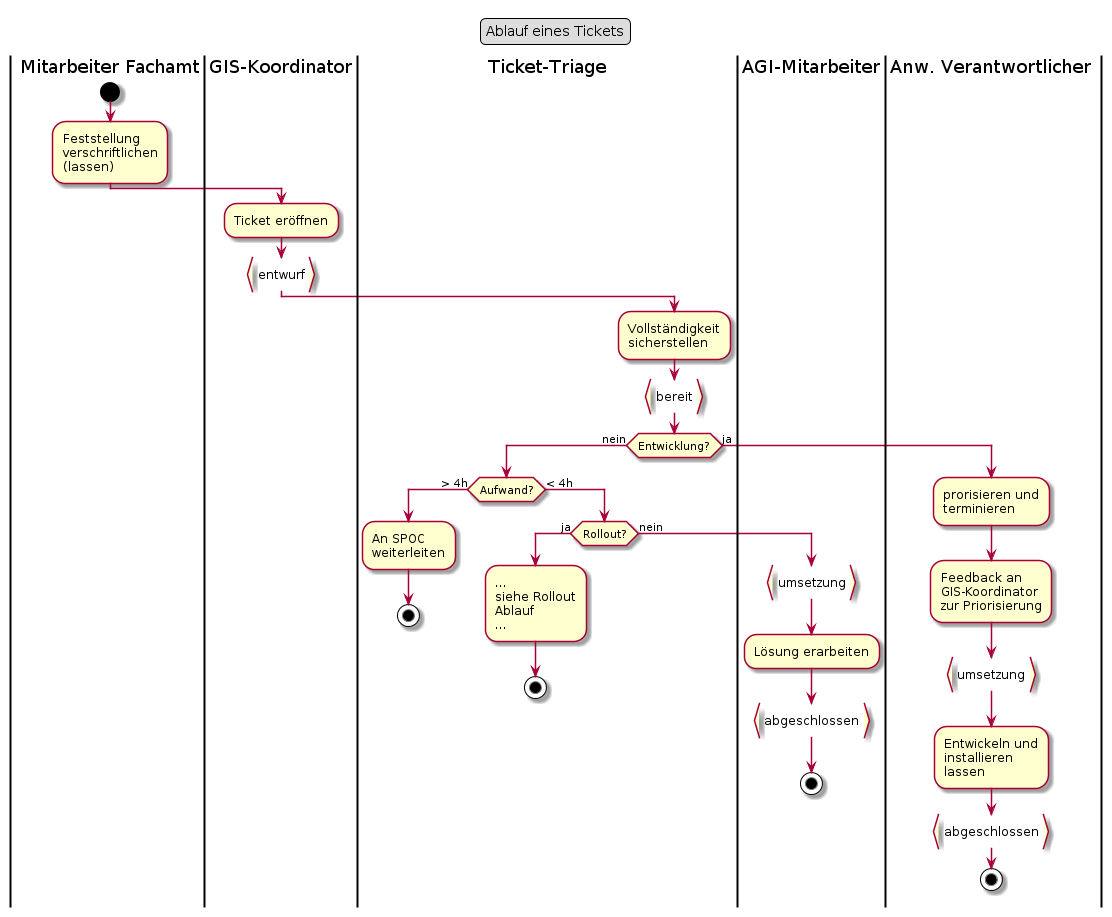
ojeker/docktick keeps this PlantUML diagram as puml_output/flow_ticket.png. Above is the earlier version.
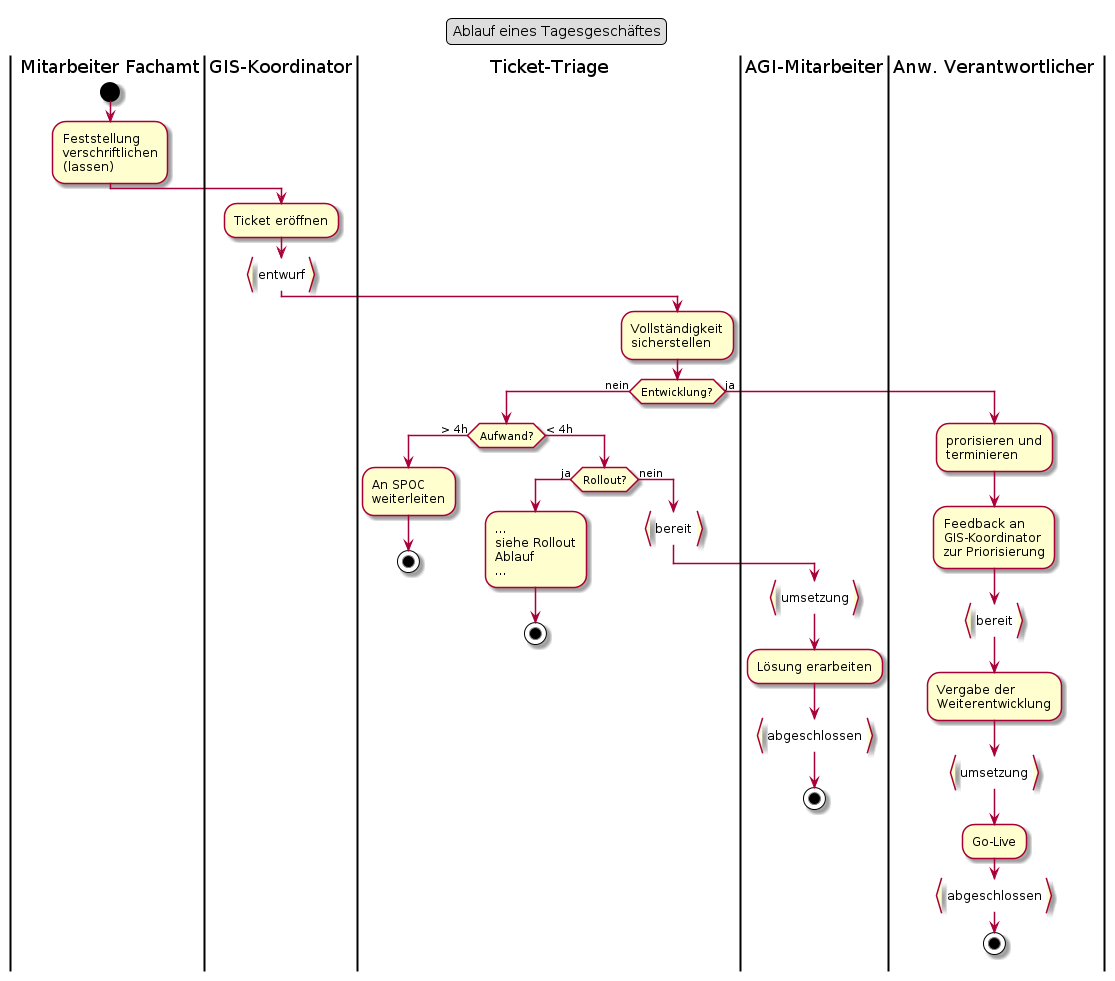
Above is the later version.

Diff of the diagram source:
```diff
@@ -1,6 +1,6 @@
 @startuml
 legend top
-	Ablauf eines Tickets
+	Ablauf eines Tagesgeschäftes
 end legend
 |Mitarbeiter Fachamt|
 start
@@ -13,7 +13,7 @@
 |Ticket-Triage|
 :Vollständigkeit
 sicherstellen;
-:bereit}
+
 if (Entwicklung?) then (nein)
   if (Aufwand?) then (> 4h)
     :An SPOC
@@ -27,6 +27,7 @@
       ...;
       stop
     else (nein)
+      :bereit}
       |AGI-Mitarbeiter|
       :umsetzung}
       :Lösung erarbeiten;
@@ -41,10 +42,11 @@
   :Feedback an
   GIS-Koordinator
   zur Priorisierung;
+  :bereit}
+  :Vergabe der
+  Weiterentwicklung;
   :umsetzung}
-  :Entwickeln und
-  installieren
-  lassen;
+  :Go-Live;
   :abgeschlossen}
   stop
 endif
```
